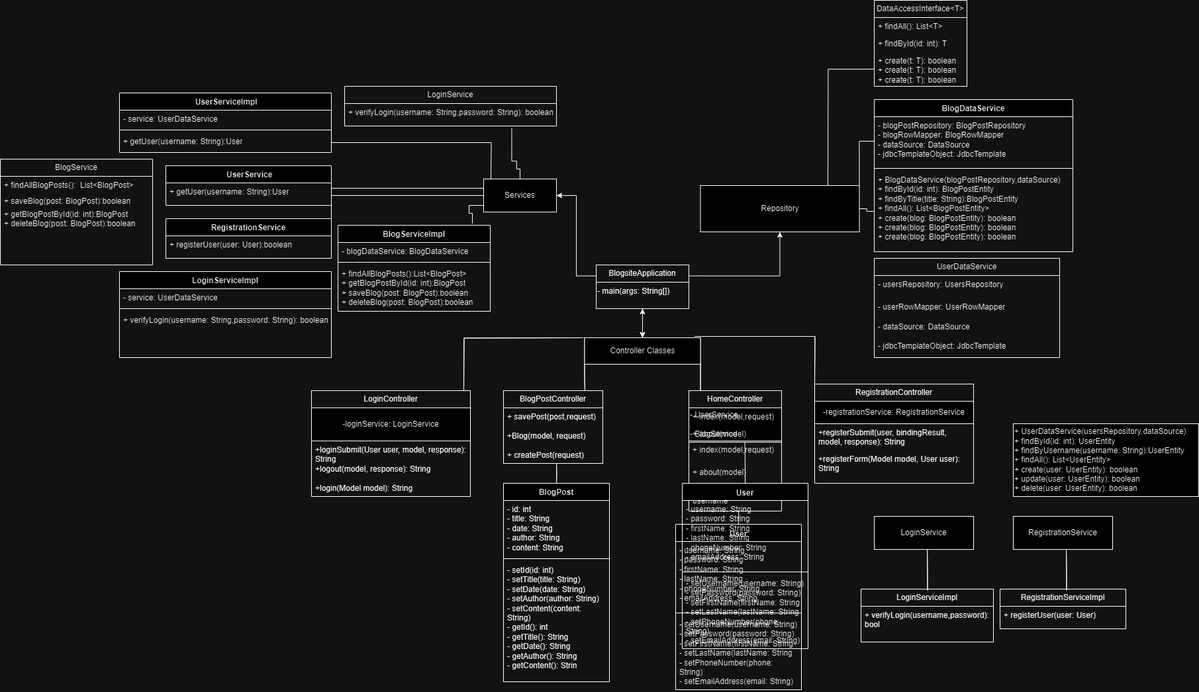
Above: assets/ClassDiagram.png in CST339/blogsite (draw.io), before the change. Source tidied: cells renumbered, new cells last; positions are measured from the earlier drawing's top-left corner, leaving out a move shared by most shapes.
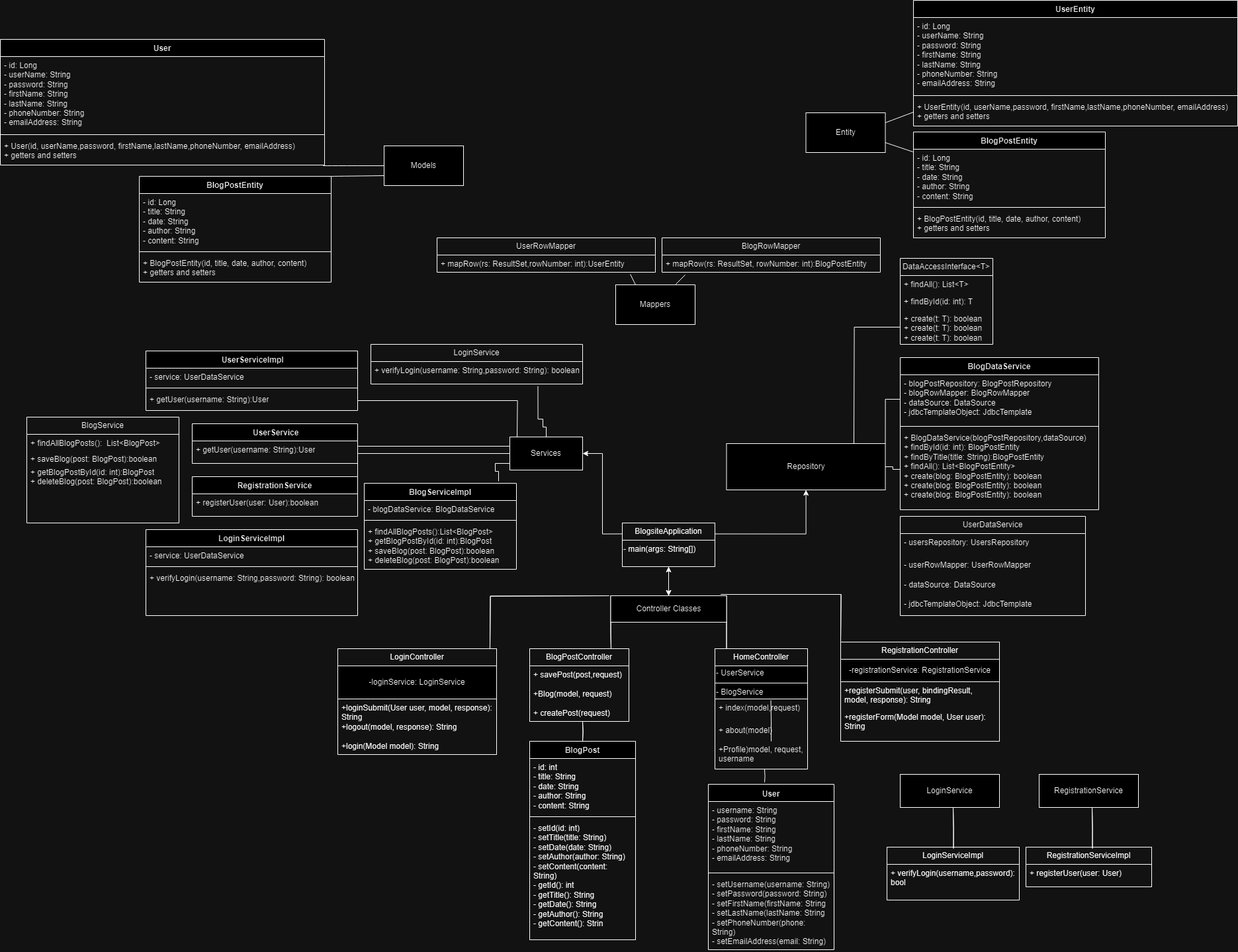
The same file after the commit.

Diff of the diagram source:
```diff
@@ -64,18 +64,6 @@
     <mxCell id="21" value="- setId(id: int)&lt;br&gt;- setTitle(title: String)&lt;br&gt;- setDate(date: String)&lt;br&gt;- setAuthor(author: String)&lt;br&gt;- setContent(content: String)&lt;br&gt;- getId(): int&lt;br&gt;- getTitle(): String&amp;nbsp;&lt;br&gt;- getDate(): String&lt;br&gt;- getAuthor(): String&lt;br&gt;- getContent(): Strin&lt;br&gt;" style="text;strokeColor=none;fillColor=none;align=left;verticalAlign=top;spacingLeft=4;spacingRight=4;overflow=hidden;whiteSpace=wrap;html=1;" parent="18" vertex="1">
       <mxGeometry y="118" width="160" height="182" as="geometry" />
     </mxCell>
-    <mxCell id="22" value="User&lt;span style=&quot;color: rgb(255, 255, 255); font-family: &amp;quot;Söhne Mono&amp;quot;, Monaco, &amp;quot;Andale Mono&amp;quot;, &amp;quot;Ubuntu Mono&amp;quot;, monospace; font-size: 14px; font-weight: 400; text-align: left; background-color: rgb(0, 0, 0);&quot;&gt;              &lt;/span&gt;" style="swimlane;fontStyle=1;align=center;verticalAlign=top;horizontal=1;startSize=26;whiteSpace=wrap;html=1;" parent="1" vertex="1">
-      <mxGeometry x="1020" y="792" width="190" height="250" as="geometry" />
-    </mxCell>
-    <mxCell id="23" value="- username: String&lt;br&gt;- password: String&lt;br&gt;- firstName: String&lt;br&gt;- lastName: String&lt;br&gt;- phoneNumber: String&lt;br&gt;- emailAddress: String" style="text;strokeColor=none;fillColor=none;align=left;verticalAlign=top;spacingLeft=4;spacingRight=4;overflow=hidden;whiteSpace=wrap;html=1;" parent="22" vertex="1">
-      <mxGeometry y="26" width="190" height="104" as="geometry" />
-    </mxCell>
-    <mxCell id="24" style="line;strokeWidth=1;fillColor=none;align=left;verticalAlign=middle;spacingTop=-1;spacingLeft=3;spacingRight=3;labelPosition=right;strokeColor=inherit;" parent="22" vertex="1">
-      <mxGeometry y="130" width="190" height="8" as="geometry" />
-    </mxCell>
-    <mxCell id="25" value="- setUsername(username: String)&lt;br&gt;- setPassword(password: String)&lt;br&gt;- setFirstName(firstName: String&lt;br&gt;- setLastName(lastName: String&lt;br&gt;- setPhoneNumber(phone: String)&lt;br&gt;- setEmailAddress(email: String)&lt;br&gt;" style="text;strokeColor=none;fillColor=none;align=left;verticalAlign=top;spacingLeft=4;spacingRight=4;overflow=hidden;whiteSpace=wrap;html=1;" parent="22" vertex="1">
-      <mxGeometry y="138" width="190" height="112" as="geometry" />
-    </mxCell>
     <mxCell id="26" style="endArrow=none;html=1;edgeStyle=orthogonalEdgeStyle;rounded=0;exitX=0;exitY=1;exitDx=0;exitDy=0;" parent="1" edge="1" source="6">
       <mxGeometry relative="1" as="geometry">
         <mxPoint x="883" y="590" as="targetPoint" />
@@ -163,9 +151,6 @@
     <mxCell id="47" value="- dataSource: DataSource&lt;br&gt;&lt;br&gt;- jdbcTemplateObject: JdbcTemplate &amp;nbsp; &amp;nbsp; &amp;nbsp; &amp;nbsp; &amp;nbsp;&amp;nbsp;" style="text;strokeColor=none;fillColor=none;align=left;verticalAlign=top;spacingLeft=4;spacingRight=4;overflow=hidden;whiteSpace=wrap;html=1;" parent="44" vertex="1">
       <mxGeometry y="90" width="280" height="60" as="geometry" />
     </mxCell>
-    <mxCell id="48" value="&lt;div&gt;+ UserDataService(usersRepository,&lt;span style=&quot;background-color: initial;&quot;&gt;dataSource)&lt;/span&gt;&lt;/div&gt;&lt;div&gt;&lt;span style=&quot;background-color: initial;&quot;&gt;+ findById(id: int): UserEntity&lt;br&gt;&lt;/span&gt;&lt;/div&gt;&lt;div&gt;&lt;span style=&quot;background-color: initial;&quot;&gt;&lt;div&gt;+ findByUsername(username: String):&lt;span style=&quot;background-color: initial;&quot;&gt;UserEntity&lt;/span&gt;&lt;/div&gt;&lt;div&gt;&lt;span style=&quot;background-color: initial;&quot;&gt;+ findAll(): List&amp;lt;UserEntity&amp;gt;&lt;br&gt;&lt;/span&gt;&lt;/div&gt;&lt;div&gt;&lt;span style=&quot;background-color: initial;&quot;&gt;+ create(user: UserEntity): boolean&lt;br&gt;&lt;/span&gt;&lt;/div&gt;&lt;div&gt;&lt;span style=&quot;background-color: initial;&quot;&gt;+ update(user: UserEntity): boolean&lt;br&gt;&lt;/span&gt;&lt;/div&gt;&lt;div&gt;&lt;span style=&quot;background-color: initial;&quot;&gt;+ delete(user: UserEntity): boolean&lt;br&gt;&lt;/span&gt;&lt;/div&gt;&lt;/span&gt;&lt;/div&gt;" style="html=1;whiteSpace=wrap;align=left;" parent="1" vertex="1">
-      <mxGeometry x="1530" y="640" width="280" height="110" as="geometry" />
-    </mxCell>
     <mxCell id="49" value="DataAccessInterface&amp;lt;T&amp;gt;" style="swimlane;fontStyle=0;horizontal=1;startSize=26;fillColor=none;whiteSpace=wrap;html=1;" parent="1" vertex="1">
       <mxGeometry x="1320" width="140" height="130" as="geometry" />
     </mxCell>
@@ -334,14 +319,8 @@
       <mxGeometry y="84" width="150" height="26" as="geometry" />
     </mxCell>
     <mxCell id="98" value="HomeController    " style="swimlane;fontStyle=0;horizontal=1;startSize=26;fillColor=none;whiteSpace=wrap;html=1;" parent="1" vertex="1">
-      <mxGeometry x="1040" y="590" width="140" height="78" as="geometry" />
+      <mxGeometry x="1040" y="590" width="140" height="52" as="geometry" />
     </mxCell>
-    <mxCell id="99" value="+ index(model,request)" style="text;strokeColor=none;fillColor=none;align=left;verticalAlign=top;spacingLeft=4;spacingRight=4;overflow=hidden;whiteSpace=wrap;html=1;" parent="98" vertex="1">
-      <mxGeometry y="26" width="140" height="26" as="geometry" />
-    </mxCell>
-    <mxCell id="100" value="+ about(model)" style="text;strokeColor=none;fillColor=none;align=left;verticalAlign=top;spacingLeft=4;spacingRight=4;overflow=hidden;whiteSpace=wrap;html=1;" parent="98" vertex="1">
-      <mxGeometry y="52" width="140" height="26" as="geometry" />
-    </mxCell>
     <mxCell id="101" value="LoginServiceImpl   " style="swimlane;fontStyle=0;horizontal=1;startSize=26;fillColor=none;whiteSpace=wrap;html=1;" parent="1" vertex="1">
       <mxGeometry x="1300" y="890" width="200" height="80" as="geometry" />
     </mxCell>
@@ -367,7 +346,7 @@
       <mxGeometry y="118" width="160" height="182" as="geometry" />
     </mxCell>
     <mxCell id="109" value="User&lt;span style=&quot;color: rgb(255, 255, 255); font-family: &amp;quot;Söhne Mono&amp;quot;, Monaco, &amp;quot;Andale Mono&amp;quot;, &amp;quot;Ubuntu Mono&amp;quot;, monospace; font-size: 14px; font-weight: 400; text-align: left; background-color: rgb(0, 0, 0);&quot;&gt;              &lt;/span&gt;" style="swimlane;fontStyle=1;align=center;verticalAlign=top;horizontal=1;startSize=26;whiteSpace=wrap;html=1;" parent="1" vertex="1">
-      <mxGeometry x="1030" y="730" width="190" height="250" as="geometry" />
+      <mxGeometry x="1030" y="795" width="190" height="250" as="geometry" />
     </mxCell>
     <mxCell id="110" value="- username: String&lt;br&gt;- password: String&lt;br&gt;- firstName: String&lt;br&gt;- lastName: String&lt;br&gt;- phoneNumber: String&lt;br&gt;- emailAddress: String" style="text;strokeColor=none;fillColor=none;align=left;verticalAlign=top;spacingLeft=4;spacingRight=4;overflow=hidden;whiteSpace=wrap;html=1;" parent="109" vertex="1">
       <mxGeometry y="26" width="190" height="104" as="geometry" />
@@ -453,5 +432,92 @@
         <mxPoint x="1230" y="580" as="targetPoint" />
       </mxGeometry>
     </mxCell>
+    <mxCell id="131" value="Mappers" style="rounded=0;whiteSpace=wrap;html=1;" parent="1" vertex="1">
+      <mxGeometry x="890" y="40" width="120" height="60" as="geometry" />
+    </mxCell>
+    <mxCell id="132" value="BlogRowMapper" style="swimlane;fontStyle=0;horizontal=1;startSize=26;fillColor=none;whiteSpace=wrap;html=1;" parent="1" vertex="1">
+      <mxGeometry x="960" y="-31" width="330" height="52" as="geometry" />
+    </mxCell>
+    <mxCell id="133" value="+ mapRow(rs: ResultSet,&amp;nbsp;rowNumber: int):BlogPostEntity&amp;nbsp;" style="text;strokeColor=none;fillColor=none;align=left;verticalAlign=top;spacingLeft=4;spacingRight=4;overflow=hidden;points=[[0,0.5],[1,0.5]];portConstraint=eastwest;whiteSpace=wrap;html=1;" parent="132" vertex="1">
+      <mxGeometry y="26" width="330" height="26" as="geometry" />
+    </mxCell>
+    <mxCell id="134" value="UserRowMapper" style="swimlane;fontStyle=0;horizontal=1;startSize=26;fillColor=none;whiteSpace=wrap;html=1;" parent="1" vertex="1">
+      <mxGeometry x="620" y="-31" width="330" height="52" as="geometry" />
+    </mxCell>
+    <mxCell id="135" value="+ mapRow(rs: ResultSet,rowNumber: int):UserEntity" style="text;strokeColor=none;fillColor=none;align=left;verticalAlign=top;spacingLeft=4;spacingRight=4;overflow=hidden;points=[[0,0.5],[1,0.5]];portConstraint=eastwest;whiteSpace=wrap;html=1;" parent="134" vertex="1">
+      <mxGeometry y="26" width="330" height="26" as="geometry" />
+    </mxCell>
+    <mxCell id="136" value="Entity" style="rounded=0;whiteSpace=wrap;html=1;" parent="1" vertex="1">
+      <mxGeometry x="1177.5" y="-220" width="120" height="60" as="geometry" />
+    </mxCell>
+    <mxCell id="137" value="BlogPostEntity" style="swimlane;fontStyle=1;align=center;verticalAlign=top;horizontal=1;startSize=26;whiteSpace=wrap;html=1;" parent="1" vertex="1">
+      <mxGeometry x="1340" y="-191" width="290" height="160" as="geometry" />
+    </mxCell>
+    <mxCell id="138" value="- id: Long&lt;br&gt;- title: String&lt;br&gt;- date: String&lt;br&gt;- author: String&lt;br&gt;- content: String" style="text;strokeColor=none;fillColor=none;align=left;verticalAlign=top;spacingLeft=4;spacingRight=4;overflow=hidden;points=[[0,0.5],[1,0.5]];portConstraint=eastwest;whiteSpace=wrap;html=1;" parent="137" vertex="1">
+      <mxGeometry y="26" width="290" height="84" as="geometry" />
+    </mxCell>
+    <mxCell id="139" style="line;strokeWidth=1;fillColor=none;align=left;verticalAlign=middle;spacingTop=-1;spacingLeft=3;spacingRight=3;labelPosition=right;strokeColor=inherit;" parent="137" vertex="1">
+      <mxGeometry y="110" width="290" height="8" as="geometry" />
+    </mxCell>
+    <mxCell id="140" value="+ BlogPostEntity(id, title,&amp;nbsp;date, author, content)&lt;br&gt;+ getters and setters" style="text;strokeColor=none;fillColor=none;align=left;verticalAlign=top;spacingLeft=4;spacingRight=4;overflow=hidden;whiteSpace=wrap;html=1;" parent="137" vertex="1">
+      <mxGeometry y="118" width="290" height="42" as="geometry" />
+    </mxCell>
+    <mxCell id="141" value="UserEntity" style="swimlane;fontStyle=1;align=center;verticalAlign=top;horizontal=1;startSize=26;whiteSpace=wrap;html=1;" parent="1" vertex="1">
+      <mxGeometry x="1340" y="-390" width="490" height="190" as="geometry" />
+    </mxCell>
+    <mxCell id="142" value="- id: Long&lt;br&gt;- userName: String&lt;br&gt;- password: String&lt;br&gt;- firstName: String&lt;br&gt;- lastName: String&lt;br&gt;- phoneNumber: String&lt;br&gt;- emailAddress: String" style="text;strokeColor=none;fillColor=none;align=left;verticalAlign=top;spacingLeft=4;spacingRight=4;overflow=hidden;whiteSpace=wrap;html=1;" parent="141" vertex="1">
+      <mxGeometry y="26" width="490" height="114" as="geometry" />
+    </mxCell>
+    <mxCell id="143" style="line;strokeWidth=1;fillColor=none;align=left;verticalAlign=middle;spacingTop=-1;spacingLeft=3;spacingRight=3;labelPosition=right;strokeColor=inherit;" parent="141" vertex="1">
+      <mxGeometry y="140" width="490" height="8" as="geometry" />
+    </mxCell>
+    <mxCell id="144" value="+ UserEntity(id, userName,password, firstName,lastName,phoneNumber,&amp;nbsp;emailAddress)&lt;br&gt;+ getters and setters" style="text;strokeColor=none;fillColor=none;align=left;verticalAlign=top;spacingLeft=4;spacingRight=4;overflow=hidden;points=[[0,0.5],[1,0.5]];portConstraint=eastwest;whiteSpace=wrap;html=1;" parent="141" vertex="1">
+      <mxGeometry y="148" width="490" height="42" as="geometry" />
+    </mxCell>
+    <mxCell id="145" value="Models" style="rounded=0;whiteSpace=wrap;html=1;" parent="1" vertex="1">
+      <mxGeometry x="540" y="-170" width="120" height="60" as="geometry" />
+    </mxCell>
+    <mxCell id="22" value="User" style="swimlane;fontStyle=1;align=center;verticalAlign=top;horizontal=1;startSize=26;whiteSpace=wrap;html=1;" parent="1" vertex="1">
+      <mxGeometry x="-40" y="-331" width="490" height="190" as="geometry" />
+    </mxCell>
+    <mxCell id="146" value="- id: Long&lt;br&gt;- userName: String&lt;br&gt;- password: String&lt;br&gt;- firstName: String&lt;br&gt;- lastName: String&lt;br&gt;- phoneNumber: String&lt;br&gt;- emailAddress: String" style="text;strokeColor=none;fillColor=none;align=left;verticalAlign=top;spacingLeft=4;spacingRight=4;overflow=hidden;whiteSpace=wrap;html=1;" parent="22" vertex="1">
+      <mxGeometry y="26" width="490" height="114" as="geometry" />
+    </mxCell>
+    <mxCell id="147" style="line;strokeWidth=1;fillColor=none;align=left;verticalAlign=middle;spacingTop=-1;spacingLeft=3;spacingRight=3;labelPosition=right;strokeColor=inherit;" parent="22" vertex="1">
+      <mxGeometry y="140" width="490" height="8" as="geometry" />
+    </mxCell>
+    <mxCell id="148" value="+ User(id, userName,password, firstName,lastName,phoneNumber,&amp;nbsp;emailAddress)&lt;br&gt;+ getters and setters" style="text;strokeColor=none;fillColor=none;align=left;verticalAlign=top;spacingLeft=4;spacingRight=4;overflow=hidden;points=[[0,0.5],[1,0.5]];portConstraint=eastwest;whiteSpace=wrap;html=1;" parent="22" vertex="1">
+      <mxGeometry y="148" width="490" height="42" as="geometry" />
+    </mxCell>
+    <mxCell id="149" value="BlogPostEntity" style="swimlane;fontStyle=1;align=center;verticalAlign=top;horizontal=1;startSize=26;whiteSpace=wrap;html=1;" parent="1" vertex="1">
+      <mxGeometry x="170" y="-124" width="290" height="160" as="geometry" />
+    </mxCell>
+    <mxCell id="150" value="- id: Long&lt;br&gt;- title: String&lt;br&gt;- date: String&lt;br&gt;- author: String&lt;br&gt;- content: String" style="text;strokeColor=none;fillColor=none;align=left;verticalAlign=top;spacingLeft=4;spacingRight=4;overflow=hidden;whiteSpace=wrap;html=1;" parent="149" vertex="1">
+      <mxGeometry y="26" width="290" height="84" as="geometry" />
+    </mxCell>
+    <mxCell id="151" style="line;strokeWidth=1;fillColor=none;align=left;verticalAlign=middle;spacingTop=-1;spacingLeft=3;spacingRight=3;labelPosition=right;strokeColor=inherit;" parent="149" vertex="1">
+      <mxGeometry y="110" width="290" height="8" as="geometry" />
+    </mxCell>
+    <mxCell id="152" value="+ BlogPostEntity(id, title,&amp;nbsp;date, author, content)&lt;br&gt;+ getters and setters" style="text;strokeColor=none;fillColor=none;align=left;verticalAlign=top;spacingLeft=4;spacingRight=4;overflow=hidden;whiteSpace=wrap;html=1;" parent="149" vertex="1">
+      <mxGeometry y="118" width="290" height="42" as="geometry" />
+    </mxCell>
+    <mxCell id="153" style="endArrow=none;html=1;rounded=0;fontSize=12;startSize=8;endSize=8;curved=1;exitX=0.996;exitY=1.024;exitDx=0;exitDy=0;exitPerimeter=0;entryX=0;entryY=0.5;entryDx=0;entryDy=0;" parent="1" edge="1" source="148" target="145">
+      <mxGeometry relative="1" as="geometry" />
+    </mxCell>
+    <mxCell id="154" style="endArrow=none;html=1;rounded=0;fontSize=12;startSize=8;endSize=8;curved=1;exitX=1;exitY=0;exitDx=0;exitDy=0;entryX=0;entryY=0.75;entryDx=0;entryDy=0;" parent="1" edge="1" source="149" target="145">
+      <mxGeometry relative="1" as="geometry" />
+    </mxCell>
+    <mxCell id="155" style="endArrow=none;html=1;rounded=0;fontSize=12;startSize=8;endSize=8;curved=1;exitX=1;exitY=0.75;exitDx=0;exitDy=0;entryX=-0.003;entryY=0.048;entryDx=0;entryDy=0;entryPerimeter=0;" parent="1" edge="1" source="136" target="138">
+      <mxGeometry relative="1" as="geometry" />
+    </mxCell>
+    <mxCell id="156" style="endArrow=none;html=1;rounded=0;fontSize=12;startSize=8;endSize=8;curved=1;exitX=1;exitY=0.25;exitDx=0;exitDy=0;entryX=0;entryY=0.5;entryDx=0;entryDy=0;" parent="1" edge="1" source="136" target="144">
+      <mxGeometry relative="1" as="geometry" />
+    </mxCell>
+    <mxCell id="157" style="endArrow=none;html=1;rounded=0;fontSize=12;startSize=8;endSize=8;curved=1;exitX=0.25;exitY=0;exitDx=0;exitDy=0;entryX=0.885;entryY=1.115;entryDx=0;entryDy=0;entryPerimeter=0;" parent="1" edge="1" source="131" target="135">
+      <mxGeometry relative="1" as="geometry" />
+    </mxCell>
+    <mxCell id="158" style="endArrow=none;html=1;rounded=0;fontSize=12;startSize=8;endSize=8;curved=1;exitX=0.75;exitY=0;exitDx=0;exitDy=0;entryX=0.106;entryY=1.154;entryDx=0;entryDy=0;entryPerimeter=0;" parent="1" edge="1" source="131" target="133">
+      <mxGeometry relative="1" as="geometry" />
+    </mxCell>
   </root>
 </mxGraphModel>
```
